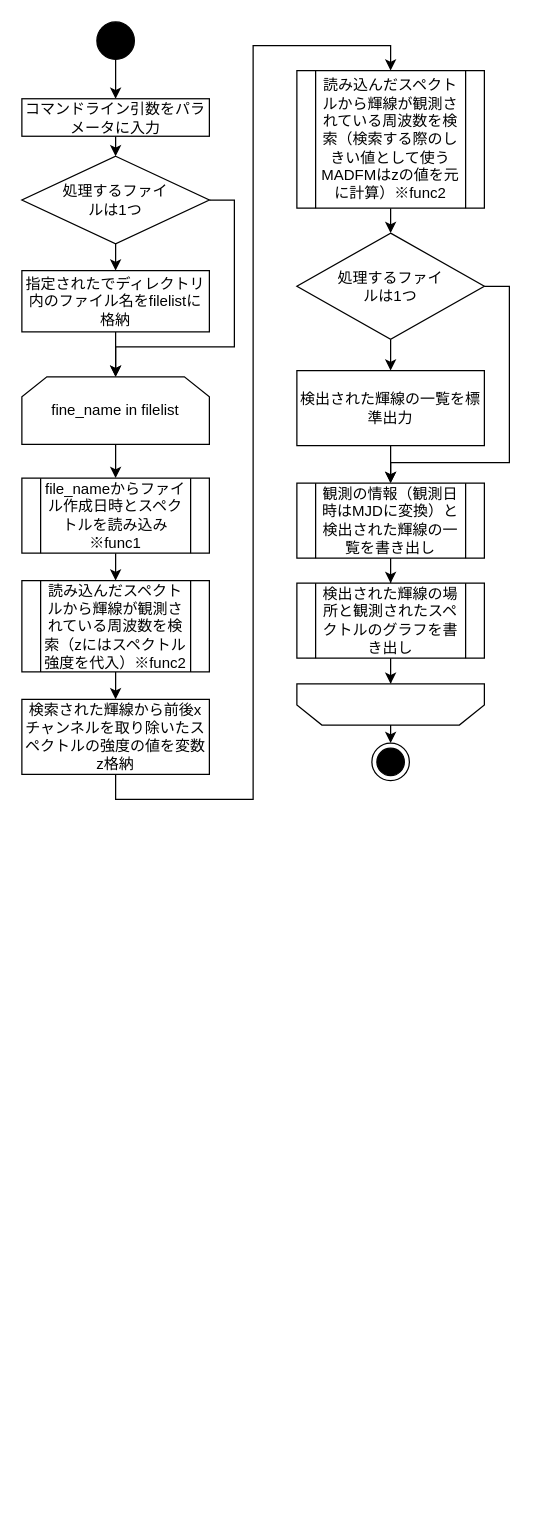
Above: page "main" (1 of 6) of spectrum_analyser_tool.drawio.xml in yhamae/spectrum_analyser_tool (draw.io), before the change. Source tidied: cells renumbered, new cells numbered last; positions are measured from the earlier drawing's top-left corner, leaving out a move shared by most shapes. Both pictures are drawn from the tidied source at 125%, with x=0, y=0 at pixel (21, 21).
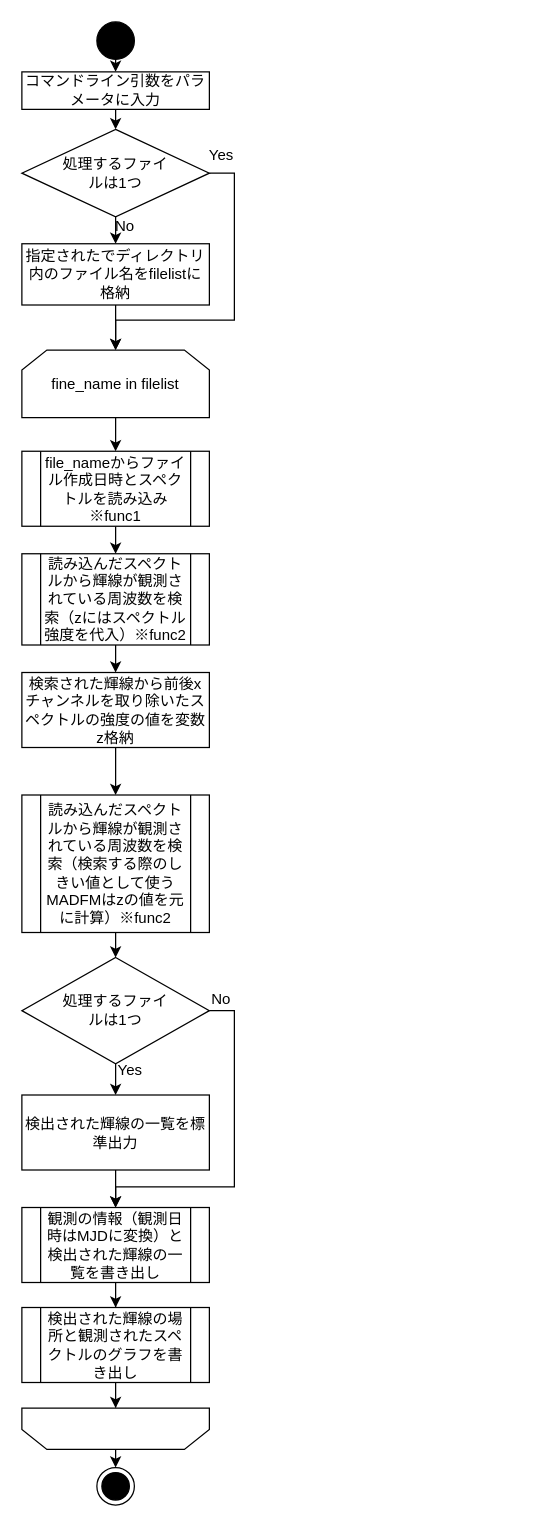
After the change.

What changed in the source:
```diff
@@
-    <mxCell id="2" style="edgeStyle=orthogonalEdgeStyle;rounded=0;jettySize=auto;html=1;exitX=0.5;exitY=1;exitDx=0;exitDy=0;entryX=0.5;entryY=0;entryDx=0;entryDy=0;" parent="1" edge="1" source="3" target="6">
+    <mxCell id="2" style="edgeStyle=orthogonalEdgeStyle;rounded=0;jettySize=auto;html=1;exitX=0.5;exitY=1;exitDx=0;exitDy=0;entryX=0.5;entryY=0;entryDx=0;entryDy=0;fontFamily=BIZ-UDPGothic;" parent="1" edge="1" source="3" target="6">
       <mxGeometry relative="1" as="geometry" />
     </mxCell>
-    <mxCell id="3" value="コマンドライン引数をパラメータに入力" style="html=1;whiteSpace=wrap;" parent="1" vertex="1">
-      <mxGeometry y="61.5" width="150" height="30" as="geometry" />
+    <mxCell id="3" value="コマンドライン引数をパラメータに入力" style="html=1;whiteSpace=wrap;fontFamily=BIZ-UDPGothic;" parent="1" vertex="1">
+      <mxGeometry y="40" width="150" height="30" as="geometry" />
     </mxCell>
-    <mxCell id="4" style="edgeStyle=orthogonalEdgeStyle;rounded=0;jettySize=auto;html=1;exitX=0.5;exitY=1;exitDx=0;exitDy=0;entryX=0.5;entryY=0;entryDx=0;entryDy=0;" parent="1" edge="1" source="6" target="8">
+    <mxCell id="4" style="edgeStyle=orthogonalEdgeStyle;rounded=0;jettySize=auto;html=1;exitX=0.5;exitY=1;exitDx=0;exitDy=0;entryX=0.5;entryY=0;entryDx=0;entryDy=0;fontFamily=BIZ-UDPGothic;" parent="1" edge="1" source="6" target="8">
       <mxGeometry relative="1" as="geometry" />
     </mxCell>
-    <mxCell id="5" style="edgeStyle=orthogonalEdgeStyle;rounded=0;jettySize=auto;html=1;exitX=1;exitY=0.5;exitDx=0;exitDy=0;entryX=0.5;entryY=0;entryDx=0;entryDy=0;" parent="1" edge="1" source="6" target="10">
+    <mxCell id="5" style="edgeStyle=orthogonalEdgeStyle;rounded=0;jettySize=auto;html=1;exitX=1;exitY=0.5;exitDx=0;exitDy=0;entryX=0.5;entryY=0;entryDx=0;entryDy=0;fontFamily=BIZ-UDPGothic;" parent="1" edge="1" source="6" target="10">
       <mxGeometry relative="1" as="geometry">
         <Array as="points">
-          <mxPoint x="170" y="143" />
-          <mxPoint x="170" y="260" />
-          <mxPoint x="75" y="260" />
+          <mxPoint x="170" y="121.5" />
+          <mxPoint x="170" y="238.5" />
+          <mxPoint x="75" y="238.5" />
         </Array>
       </mxGeometry>
     </mxCell>
-    <mxCell id="6" value="処理するファイルは1つ" style="rhombus;whiteSpace=wrap;html=1;spacing=2;spacingTop=0;spacingLeft=30;spacingRight=30;" parent="1" vertex="1">
-      <mxGeometry y="107.5" width="150" height="70" as="geometry" />
+    <mxCell id="6" value="処理するファイルは1つ" style="rhombus;whiteSpace=wrap;html=1;spacing=2;spacingTop=0;spacingLeft=30;spacingRight=30;fontFamily=BIZ-UDPGothic;" parent="1" vertex="1">
+      <mxGeometry y="86" width="150" height="70" as="geometry" />
     </mxCell>
-    <mxCell id="7" style="edgeStyle=orthogonalEdgeStyle;rounded=0;jettySize=auto;html=1;exitX=0.5;exitY=1;exitDx=0;exitDy=0;entryX=0.5;entryY=0;entryDx=0;entryDy=0;" parent="1" edge="1" source="8" target="10">
+    <mxCell id="7" style="edgeStyle=orthogonalEdgeStyle;rounded=0;jettySize=auto;html=1;exitX=0.5;exitY=1;exitDx=0;exitDy=0;entryX=0.5;entryY=0;entryDx=0;entryDy=0;fontFamily=BIZ-UDPGothic;" parent="1" edge="1" source="8" target="10">
       <mxGeometry relative="1" as="geometry" />
     </mxCell>
-    <mxCell id="8" value="指定されたでディレクトリ内のファイル名をfilelistに格納" style="rounded=0;whiteSpace=wrap;html=1;" parent="1" vertex="1">
-      <mxGeometry y="199" width="150" height="49" as="geometry" />
+    <mxCell id="8" value="指定されたでディレクトリ内のファイル名をfilelistに格納" style="rounded=0;whiteSpace=wrap;html=1;fontFamily=BIZ-UDPGothic;" parent="1" vertex="1">
+      <mxGeometry y="177.5" width="150" height="49" as="geometry" />
     </mxCell>
-    <mxCell id="9" style="edgeStyle=orthogonalEdgeStyle;rounded=0;jettySize=auto;html=1;exitX=0.5;exitY=1;exitDx=0;exitDy=0;entryX=0.5;entryY=0;entryDx=0;entryDy=0;" parent="1" edge="1" source="10" target="12">
+    <mxCell id="9" style="edgeStyle=orthogonalEdgeStyle;rounded=0;jettySize=auto;html=1;exitX=0.5;exitY=1;exitDx=0;exitDy=0;entryX=0.5;entryY=0;entryDx=0;entryDy=0;fontFamily=BIZ-UDPGothic;" parent="1" edge="1" source="10" target="12">
       <mxGeometry relative="1" as="geometry" />
     </mxCell>
-    <mxCell id="10" value="fine_name in filelist" style="shape=loopLimit;whiteSpace=wrap;html=1;" parent="1" vertex="1">
-      <mxGeometry y="284" width="150" height="54" as="geometry" />
+    <mxCell id="10" value="fine_name in filelist" style="shape=loopLimit;whiteSpace=wrap;html=1;fontFamily=BIZ-UDPGothic;" parent="1" vertex="1">
+      <mxGeometry y="262.5" width="150" height="54" as="geometry" />
     </mxCell>
-    <mxCell id="11" style="edgeStyle=orthogonalEdgeStyle;rounded=0;jettySize=auto;html=1;exitX=0.5;exitY=1;exitDx=0;exitDy=0;entryX=0.5;entryY=0;entryDx=0;entryDy=0;" parent="1" edge="1" source="12" target="14">
+    <mxCell id="11" style="edgeStyle=orthogonalEdgeStyle;rounded=0;jettySize=auto;html=1;exitX=0.5;exitY=1;exitDx=0;exitDy=0;entryX=0.5;entryY=0;entryDx=0;entryDy=0;fontFamily=BIZ-UDPGothic;" parent="1" edge="1" source="12" target="14">
       <mxGeometry relative="1" as="geometry" />
     </mxCell>
-    <mxCell id="12" value="file_nameからファイル作成日時とスペクトルを読み込み※func1" style="shape=process;whiteSpace=wrap;html=1;backgroundOutline=1;" parent="1" vertex="1">
-      <mxGeometry y="365" width="150" height="60" as="geometry" />
+    <mxCell id="12" value="file_nameからファイル作成日時とスペクトルを読み込み※func1" style="shape=process;whiteSpace=wrap;html=1;backgroundOutline=1;fontFamily=BIZ-UDPGothic;" parent="1" vertex="1">
+      <mxGeometry y="343.5" width="150" height="60" as="geometry" />
     </mxCell>
-    <mxCell id="13" style="edgeStyle=orthogonalEdgeStyle;rounded=0;jettySize=auto;html=1;exitX=0.5;exitY=1;exitDx=0;exitDy=0;entryX=0.5;entryY=0;entryDx=0;entryDy=0;" parent="1" edge="1" source="14" target="16">
+    <mxCell id="13" style="edgeStyle=orthogonalEdgeStyle;rounded=0;jettySize=auto;html=1;exitX=0.5;exitY=1;exitDx=0;exitDy=0;entryX=0.5;entryY=0;entryDx=0;entryDy=0;fontFamily=BIZ-UDPGothic;" parent="1" edge="1" source="14" target="16">
       <mxGeometry relative="1" as="geometry" />
     </mxCell>
-    <mxCell id="14" value="読み込んだスペクトルから輝線が観測されている周波数を検索（zにはスペクトル強度を代入）※func2" style="shape=process;whiteSpace=wrap;html=1;backgroundOutline=1;" parent="1" vertex="1">
-      <mxGeometry y="447" width="150" height="73" as="geometry" />
+    <mxCell id="14" value="読み込んだスペクトルから輝線が観測されている周波数を検索（zにはスペクトル強度を代入）※func2" style="shape=process;whiteSpace=wrap;html=1;backgroundOutline=1;fontFamily=BIZ-UDPGothic;" parent="1" vertex="1">
+      <mxGeometry y="425.5" width="150" height="73" as="geometry" />
     </mxCell>
-    <mxCell id="15" style="edgeStyle=orthogonalEdgeStyle;rounded=0;jettySize=auto;html=1;exitX=0.5;exitY=1;exitDx=0;exitDy=0;entryX=0.5;entryY=0;entryDx=0;entryDy=0;" parent="1" edge="1" source="16" target="18">
+    <mxCell id="15" style="edgeStyle=orthogonalEdgeStyle;rounded=0;jettySize=auto;html=1;exitX=0.5;exitY=1;exitDx=0;exitDy=0;entryX=0.5;entryY=0;entryDx=0;entryDy=0;fontFamily=BIZ-UDPGothic;" parent="1" edge="1" source="16" target="18">
       <mxGeometry relative="1" as="geometry" />
     </mxCell>
-    <mxCell id="16" value="検索された輝線から前後xチャンネルを取り除いたスペクトルの強度の値を変数z格納" style="rounded=0;whiteSpace=wrap;html=1;" parent="1" vertex="1">
-      <mxGeometry y="542" width="150" height="60" as="geometry" />
+    <mxCell id="16" value="検索された輝線から前後xチャンネルを取り除いたスペクトルの強度の値を変数z格納" style="rounded=0;whiteSpace=wrap;html=1;fontFamily=BIZ-UDPGothic;" parent="1" vertex="1">
+      <mxGeometry y="520.5" width="150" height="60" as="geometry" />
     </mxCell>
-    <mxCell id="17" style="edgeStyle=orthogonalEdgeStyle;rounded=0;jettySize=auto;html=1;exitX=0.5;exitY=1;exitDx=0;exitDy=0;entryX=0.5;entryY=0;entryDx=0;entryDy=0;" parent="1" edge="1" source="18" target="21">
+    <mxCell id="17" style="edgeStyle=orthogonalEdgeStyle;rounded=0;jettySize=auto;html=1;exitX=0.5;exitY=1;exitDx=0;exitDy=0;entryX=0.5;entryY=0;entryDx=0;entryDy=0;fontFamily=BIZ-UDPGothic;" parent="1" edge="1" source="18" target="21">
       <mxGeometry relative="1" as="geometry" />
     </mxCell>
-    <mxCell id="18" value="読み込んだスペクトルから輝線が観測されている周波数を検索（検索する際のしきい値として使うMADFMはzの値を元に計算）※func2" style="shape=process;whiteSpace=wrap;html=1;backgroundOutline=1;" parent="1" vertex="1">
-      <mxGeometry x="220" y="39" width="150" height="110" as="geometry" />
+    <mxCell id="18" value="読み込んだスペクトルから輝線が観測されている周波数を検索（検索する際のしきい値として使うMADFMはzの値を元に計算）※func2" style="shape=process;whiteSpace=wrap;html=1;backgroundOutline=1;fontFamily=BIZ-UDPGothic;" parent="1" vertex="1">
+      <mxGeometry y="618.5" width="150" height="110" as="geometry" />
     </mxCell>
-    <mxCell id="19" style="edgeStyle=orthogonalEdgeStyle;rounded=0;jettySize=auto;html=1;exitX=0.5;exitY=1;exitDx=0;exitDy=0;entryX=0.5;entryY=0;entryDx=0;entryDy=0;" parent="1" edge="1" source="21" target="23">
+    <mxCell id="19" style="edgeStyle=orthogonalEdgeStyle;rounded=0;jettySize=auto;html=1;exitX=0.5;exitY=1;exitDx=0;exitDy=0;entryX=0.5;entryY=0;entryDx=0;entryDy=0;fontFamily=BIZ-UDPGothic;" parent="1" edge="1" source="21" target="23">
       <mxGeometry relative="1" as="geometry" />
     </mxCell>
-    <mxCell id="20" style="edgeStyle=orthogonalEdgeStyle;rounded=0;jettySize=auto;html=1;exitX=1;exitY=0.5;exitDx=0;exitDy=0;" parent="1" edge="1" source="21" target="25">
+    <mxCell id="20" style="edgeStyle=orthogonalEdgeStyle;rounded=0;jettySize=auto;html=1;exitX=1;exitY=0.5;exitDx=0;exitDy=0;fontFamily=BIZ-UDPGothic;" parent="1" edge="1" source="21" target="25">
       <mxGeometry relative="1" as="geometry">
         <Array as="points">
-          <mxPoint x="390" y="211.5" />
-          <mxPoint x="390" y="352.5" />
-          <mxPoint x="295" y="352.5" />
+          <mxPoint x="170" y="791" />
+          <mxPoint x="170" y="932" />
+          <mxPoint x="75" y="932" />
         </Array>
       </mxGeometry>
     </mxCell>
-    <mxCell id="21" value="処理するファイルは1つ" style="rhombus;whiteSpace=wrap;html=1;spacing=2;spacingTop=0;spacingLeft=30;spacingRight=30;" parent="1" vertex="1">
-      <mxGeometry x="220" y="169" width="150" height="85" as="geometry" />
+    <mxCell id="21" value="処理するファイルは1つ" style="rhombus;whiteSpace=wrap;html=1;spacing=2;spacingTop=0;spacingLeft=30;spacingRight=30;fontFamily=BIZ-UDPGothic;" parent="1" vertex="1">
+      <mxGeometry y="748.5" width="150" height="85" as="geometry" />
     </mxCell>
-    <mxCell id="22" style="edgeStyle=orthogonalEdgeStyle;rounded=0;jettySize=auto;html=1;exitX=0.5;exitY=1;exitDx=0;exitDy=0;entryX=0.5;entryY=0;entryDx=0;entryDy=0;" parent="1" edge="1" source="23" target="25">
+    <mxCell id="22" style="edgeStyle=orthogonalEdgeStyle;rounded=0;jettySize=auto;html=1;exitX=0.5;exitY=1;exitDx=0;exitDy=0;entryX=0.5;entryY=0;entryDx=0;entryDy=0;fontFamily=BIZ-UDPGothic;" parent="1" edge="1" source="23" target="25">
       <mxGeometry relative="1" as="geometry" />
     </mxCell>
-    <mxCell id="23" value="検出された輝線の一覧を標準出力" style="rounded=0;whiteSpace=wrap;html=1;" parent="1" vertex="1">
-      <mxGeometry x="220" y="279" width="150" height="60" as="geometry" />
+    <mxCell id="23" value="検出された輝線の一覧を標準出力" style="rounded=0;whiteSpace=wrap;html=1;fontFamily=BIZ-UDPGothic;" parent="1" vertex="1">
+      <mxGeometry y="858.5" width="150" height="60" as="geometry" />
     </mxCell>
-    <mxCell id="24" style="edgeStyle=orthogonalEdgeStyle;rounded=0;jettySize=auto;html=1;exitX=0.5;exitY=1;exitDx=0;exitDy=0;" parent="1" edge="1" source="25" target="27">
+    <mxCell id="24" style="edgeStyle=orthogonalEdgeStyle;rounded=0;jettySize=auto;html=1;exitX=0.5;exitY=1;exitDx=0;exitDy=0;fontFamily=BIZ-UDPGothic;" parent="1" edge="1" source="25" target="27">
       <mxGeometry relative="1" as="geometry" />
     </mxCell>
-    <mxCell id="25" value="観測の情報（観測日時はMJDに変換）と検出された輝線の一覧を書き出し" style="shape=process;whiteSpace=wrap;html=1;backgroundOutline=1;fontFamily=Helvetica;fontSize=12;fontColor=#000000;align=center;strokeColor=#000000;fillColor=#ffffff;" parent="1" vertex="1">
-      <mxGeometry x="220" y="369" width="150" height="60" as="geometry" />
+    <mxCell id="25" value="観測の情報（観測日時はMJDに変換）と検出された輝線の一覧を書き出し" style="shape=process;whiteSpace=wrap;html=1;backgroundOutline=1;fontFamily=BIZ-UDPGothic;fontSize=12;fontColor=#000000;align=center;strokeColor=#000000;fillColor=#ffffff;" parent="1" vertex="1">
+      <mxGeometry y="948.5" width="150" height="60" as="geometry" />
     </mxCell>
-    <mxCell id="26" style="edgeStyle=orthogonalEdgeStyle;rounded=0;jettySize=auto;html=1;exitX=0.5;exitY=1;exitDx=0;exitDy=0;" parent="1" edge="1" source="27" target="29">
+    <mxCell id="26" style="edgeStyle=orthogonalEdgeStyle;rounded=0;jettySize=auto;html=1;exitX=0.5;exitY=1;exitDx=0;exitDy=0;fontFamily=BIZ-UDPGothic;" parent="1" edge="1" source="27" target="29">
       <mxGeometry relative="1" as="geometry" />
     </mxCell>
-    <mxCell id="27" value="検出された輝線の場所と観測されたスペクトルのグラフを書き出し" style="shape=process;whiteSpace=wrap;html=1;backgroundOutline=1;fontFamily=Helvetica;fontSize=12;fontColor=#000000;align=center;strokeColor=#000000;fillColor=#ffffff;" parent="1" vertex="1">
-      <mxGeometry x="220" y="449" width="150" height="60" as="geometry" />
+    <mxCell id="27" value="検出された輝線の場所と観測されたスペクトルのグラフを書き出し" style="shape=process;whiteSpace=wrap;html=1;backgroundOutline=1;fontFamily=BIZ-UDPGothic;fontSize=12;fontColor=#000000;align=center;strokeColor=#000000;fillColor=#ffffff;" parent="1" vertex="1">
+      <mxGeometry y="1028.5" width="150" height="60" as="geometry" />
     </mxCell>
-    <mxCell id="28" style="edgeStyle=orthogonalEdgeStyle;rounded=0;jettySize=auto;html=1;exitX=0.5;exitY=0;exitDx=0;exitDy=0;entryX=0.5;entryY=0;entryDx=0;entryDy=0;" parent="1" edge="1" source="29" target="32">
+    <mxCell id="28" style="edgeStyle=orthogonalEdgeStyle;rounded=0;jettySize=auto;html=1;exitX=0.5;exitY=0;exitDx=0;exitDy=0;entryX=0.5;entryY=0;entryDx=0;entryDy=0;fontFamily=BIZ-UDPGothic;" parent="1" edge="1" source="29" target="32">
       <mxGeometry relative="1" as="geometry" />
     </mxCell>
-    <mxCell id="29" style="shape=loopLimit;whiteSpace=wrap;html=1;rotation=180;" parent="1" vertex="1">
-      <mxGeometry x="220" y="529.5" width="150" height="33" as="geometry" />
+    <mxCell id="29" style="shape=loopLimit;whiteSpace=wrap;html=1;rotation=180;fontFamily=BIZ-UDPGothic;" parent="1" vertex="1">
+      <mxGeometry y="1109" width="150" height="33" as="geometry" />
     </mxCell>
-    <mxCell id="30" style="edgeStyle=orthogonalEdgeStyle;rounded=0;jettySize=auto;html=1;exitX=0.5;exitY=1;exitDx=0;exitDy=0;entryX=0.5;entryY=0;entryDx=0;entryDy=0;" parent="1" edge="1" source="31" target="3">
+    <mxCell id="30" style="edgeStyle=orthogonalEdgeStyle;rounded=0;jettySize=auto;html=1;exitX=0.5;exitY=1;exitDx=0;exitDy=0;entryX=0.5;entryY=0;entryDx=0;entryDy=0;fontFamily=BIZ-UDPGothic;" parent="1" edge="1" source="31" target="3">
       <mxGeometry relative="1" as="geometry" />
     </mxCell>
-    <mxCell id="31" style="ellipse;whiteSpace=wrap;html=1;fillColor=#000000;" parent="1" vertex="1">
+    <mxCell id="31" style="ellipse;whiteSpace=wrap;html=1;fillColor=#000000;fontFamily=BIZ-UDPGothic;" parent="1" vertex="1">
       <mxGeometry x="60" width="30" height="30" as="geometry" />
     </mxCell>
-    <mxCell id="32" style="ellipse;html=1;shape=endState;fillColor=#000000;strokeColor=#000000;labelBorderColor=none;labelBackgroundColor=none;" parent="1" vertex="1">
-      <mxGeometry x="280" y="577" width="30" height="30" as="geometry" />
+    <mxCell id="32" style="ellipse;html=1;shape=endState;fillColor=#000000;strokeColor=#000000;labelBorderColor=none;labelBackgroundColor=none;fontFamily=BIZ-UDPGothic;" parent="1" vertex="1">
+      <mxGeometry x="60" y="1156.5" width="30" height="30" as="geometry" />
     </mxCell>
+    <mxCell id="33" value="Yes" style="text;html=1;strokeColor=none;fillColor=none;align=left;verticalAlign=middle;whiteSpace=wrap;rounded=0;labelBackgroundColor=none;" parent="1" vertex="1">
+      <mxGeometry x="75" y="828.5" width="25" height="20" as="geometry" />
+    </mxCell>
+    <mxCell id="34" value="No" style="text;html=1;verticalAlign=bottom;" parent="1" vertex="1">
+      <mxGeometry x="150" y="760.5" width="20" height="30" as="geometry" />
+    </mxCell>
+    <mxCell id="35" value="No" style="text;html=1;strokeColor=none;fillColor=none;align=left;verticalAlign=middle;whiteSpace=wrap;rounded=0;labelBackgroundColor=none;" parent="1" vertex="1">
+      <mxGeometry x="72.5" y="154" width="25" height="20" as="geometry" />
+    </mxCell>
+    <mxCell id="36" value="Yes" style="text;html=1;verticalAlign=bottom;" parent="1" vertex="1">
+      <mxGeometry x="147.5" y="86" width="20" height="30" as="geometry" />
+    </mxCell>
```
